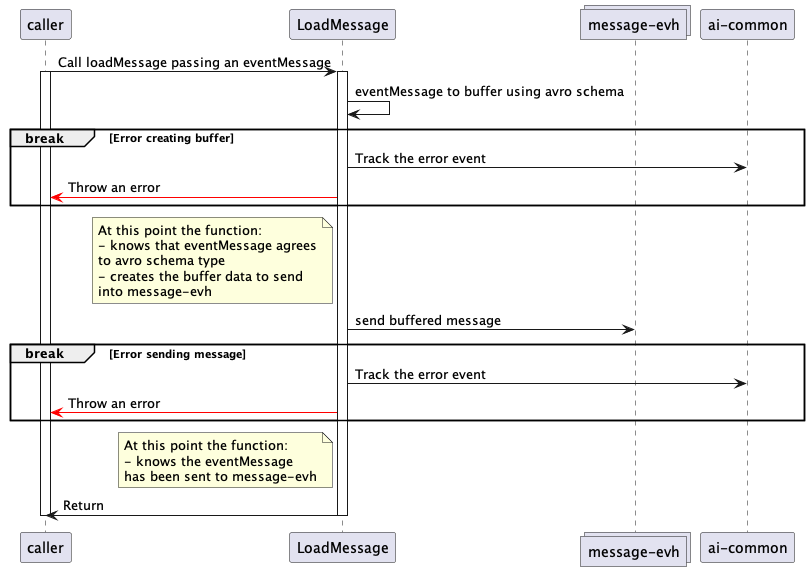
The PlantUML diagram docs/load-message/load-message.png in pagopa/io-messages, before a commit.
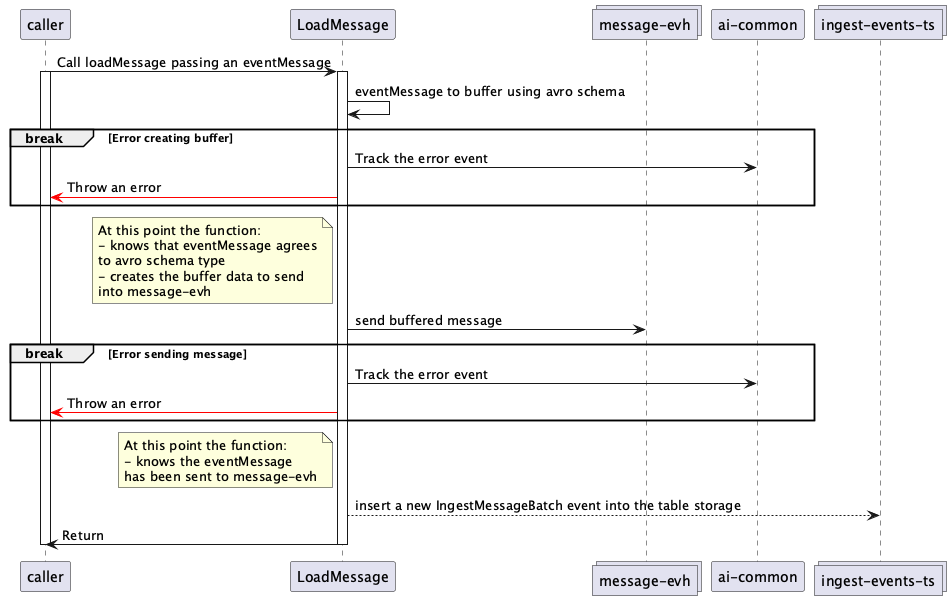
After the change.

Commit message:
docs: update loadMessage sequence

Diff of the diagram source:
```diff
@@ -1,14 +1,14 @@
-@startuml
+@startuml load-message
 
 participant caller
 participant LoadMessage as lm
 collections "message-evh" as evh
 participant "ai-common" as ai
+collections "ingest-events-ts" as ime
 
 caller -> lm : Call loadMessage passing an eventMessage
 activate caller
 activate lm
-
 
 lm -> lm : eventMessage to buffer using avro schema
 break Error creating buffer
@@ -36,6 +36,8 @@
   has been sent to message-evh
 end note
 
+lm --> ime : insert a new IngestMessageBatch event into the table storage
+
 lm -> caller : Return
 deactivate lm
 deactivate caller
```
